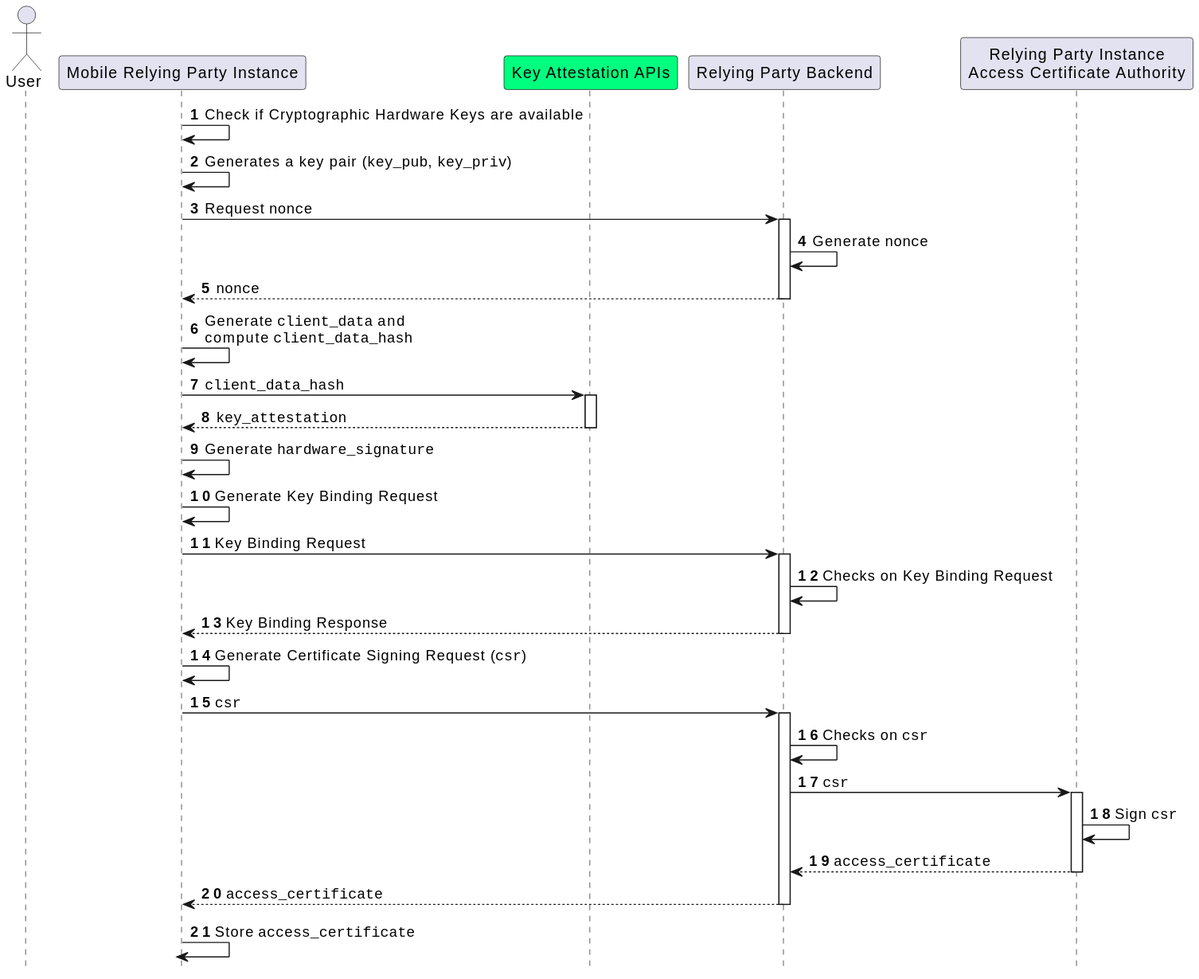
Before: images/RelyingParty_Instance_Mobile_Registration_AccessCertificateIssuance.svg, a diagram exported from PlantUML (fmarino-ipzs/eid-it-wallet-docs).
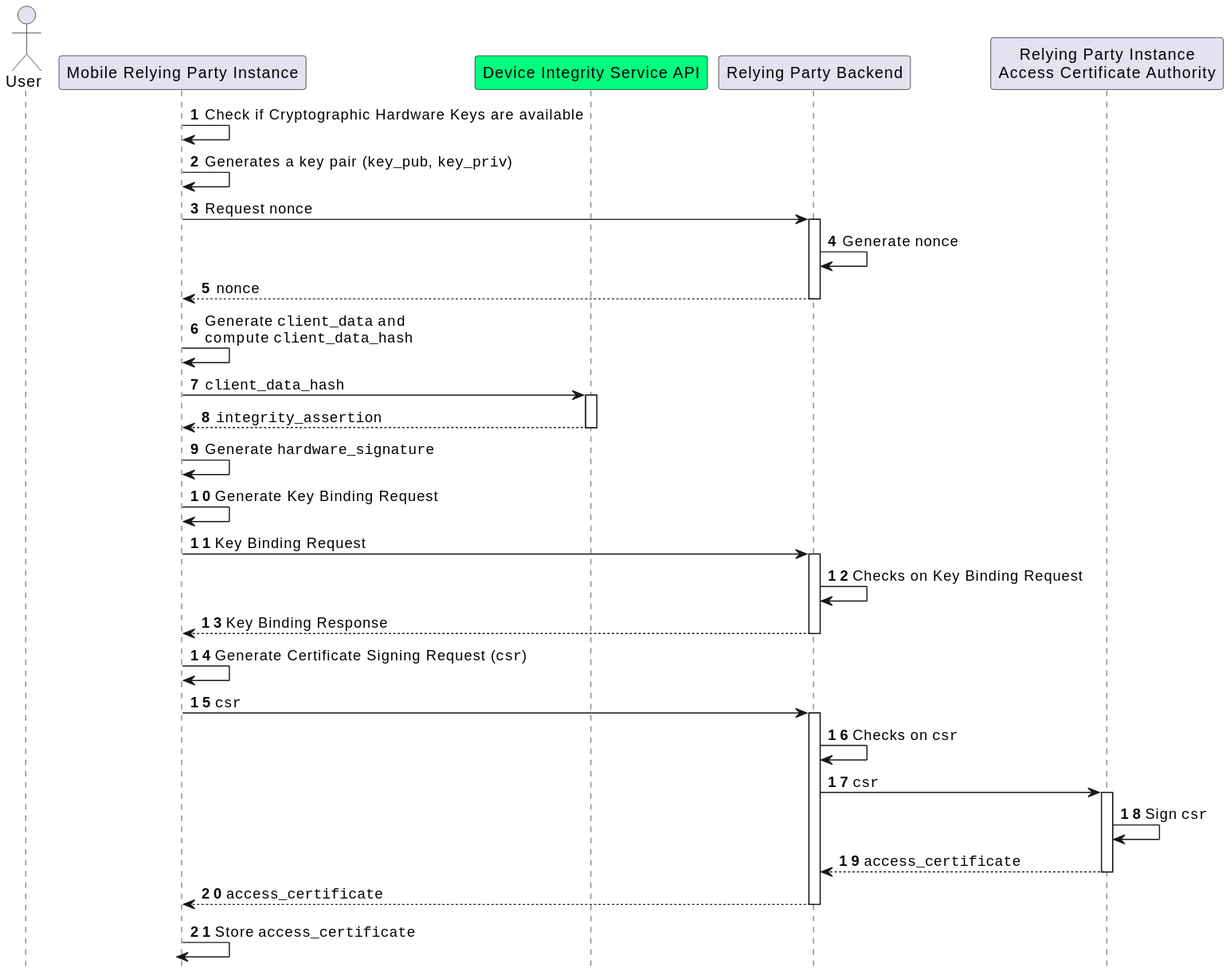
Later version of the same file.

Commit message:
fix: Restore integrity_assertion params

What changed in the source:
```diff
@@ -4,7 +4,7 @@
 
 actor "User" as user
 participant "Mobile Relying Party Instance" as app
-participant "Key Attestation APIs" as aats #springgreen
+participant "Device Integrity Service API" as aats #springgreen
 participant "Relying Party Backend" as bck
 participant "Relying Party Instance\nAccess Certificate Authority" as ca
 
@@ -23,7 +23,7 @@
 app->aats: ""client_data_hash""
 activate aats
 
-aats-->app: ""key_attestation""
+aats-->app: ""integrity_assertion""
 deactivate aats
 
 app->app: Generate ""hardware_signature""
```
